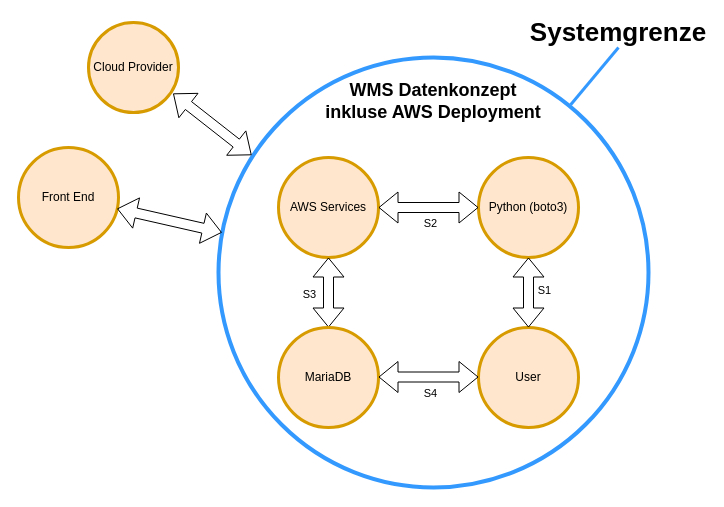
Before: bilder/Systemgrenzen.drawio in blro-ep/ITCNE23-SEM-III, a draw.io diagram. Source tidied: cells renumbered, new cells numbered last; positions are measured from the earlier drawing's top-left corner, leaving out a move shared by most shapes. Both pictures are drawn from the tidied source at 100%, with x=0, y=0 at pixel (18, 17).
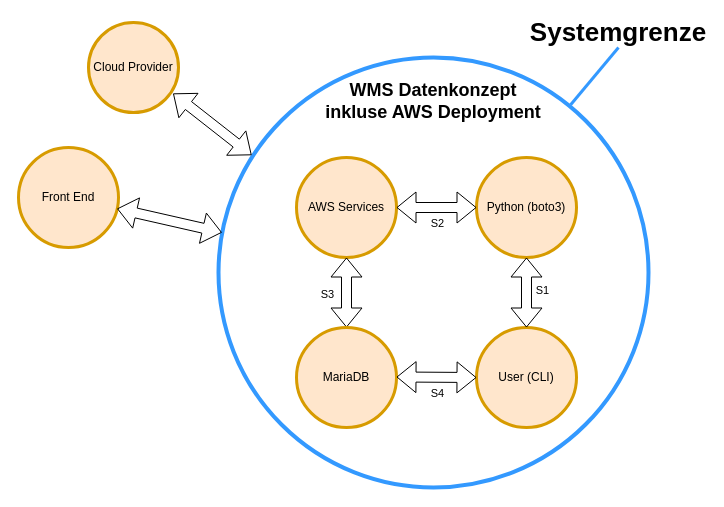
After the change.

Change to the diagram source:
```diff
@@
 <mxGraphModel>
   <root>
     <mxCell id="0" />
     <mxCell id="1" parent="0" />
     <mxCell id="2" value="&lt;h1&gt;&lt;/h1&gt;&lt;h2 style=&quot;font-size: 18px;&quot; class=&quot;splunk2-h3&quot;&gt;&lt;div style=&quot;&quot;&gt;WMS Datenkonzept&lt;br&gt;inkluse AWS Deployment&lt;/div&gt;&lt;/h2&gt;" style="ellipse;whiteSpace=wrap;html=1;strokeWidth=4;strokeColor=#3399FF;align=center;verticalAlign=top;" parent="1" vertex="1">
       <mxGeometry x="200" y="40" width="430" height="430" as="geometry" />
     </mxCell>
     <mxCell id="3" value="Cloud Provider" style="ellipse;whiteSpace=wrap;html=1;fillColor=#ffe6cc;strokeColor=#d79b00;strokeWidth=3;shadow=0;" parent="1" vertex="1">
       <mxGeometry x="70" y="5" width="90" height="90" as="geometry" />
     </mxCell>
     <mxCell id="4" value="Front End" style="ellipse;whiteSpace=wrap;html=1;fillColor=#ffe6cc;strokeColor=#d79b00;strokeWidth=3;" parent="1" vertex="1">
       <mxGeometry y="130" width="100" height="100" as="geometry" />
     </mxCell>
     <mxCell id="5" style="shape=flexArrow;endArrow=classic;startArrow=classic;html=1;rounded=0;entryX=0.94;entryY=0.789;entryDx=0;entryDy=0;entryPerimeter=0;exitX=0.077;exitY=0.227;exitDx=0;exitDy=0;exitPerimeter=0;" parent="1" edge="1" source="2" target="3">
       <mxGeometry relative="1" as="geometry" />
     </mxCell>
     <mxCell id="6" style="shape=flexArrow;endArrow=classic;startArrow=classic;html=1;rounded=0;entryX=0.986;entryY=0.612;entryDx=0;entryDy=0;entryPerimeter=0;exitX=0.008;exitY=0.407;exitDx=0;exitDy=0;exitPerimeter=0;" parent="1" edge="1" source="2" target="4">
       <mxGeometry relative="1" as="geometry" />
     </mxCell>
     <mxCell id="7" value="&lt;font size=&quot;1&quot; style=&quot;&quot;&gt;&lt;b style=&quot;font-size: 26px;&quot;&gt;Systemgrenze&lt;/b&gt;&lt;/font&gt;" style="text;html=1;strokeColor=none;fillColor=none;align=center;verticalAlign=middle;whiteSpace=wrap;rounded=0;" parent="1" vertex="1">
       <mxGeometry x="520" width="160" height="30" as="geometry" />
     </mxCell>
     <mxCell id="8" style="endArrow=none;html=1;rounded=0;entryX=0.5;entryY=1;entryDx=0;entryDy=0;exitX=0.819;exitY=0.11;exitDx=0;exitDy=0;exitPerimeter=0;strokeColor=#3399FF;strokeWidth=3;" parent="1" edge="1" source="2" target="7">
       <mxGeometry relative="1" as="geometry" />
     </mxCell>
     <mxCell id="9" value="&lt;br&gt;" style="edgeLabel;html=1;align=center;verticalAlign=middle;" parent="8" vertex="1">
       <mxGeometry x="-0.23" y="-3" relative="1" as="geometry" />
     </mxCell>
     <mxCell id="10" value="Python (boto3)" style="ellipse;whiteSpace=wrap;html=1;fillColor=#ffe6cc;strokeColor=#d79b00;strokeWidth=3;" parent="1" vertex="1">
-      <mxGeometry x="460" y="140" width="100" height="100" as="geometry" />
+      <mxGeometry x="458" y="140" width="100" height="100" as="geometry" />
     </mxCell>
     <mxCell id="11" value="AWS Services" style="ellipse;whiteSpace=wrap;html=1;fillColor=#ffe6cc;strokeColor=#d79b00;strokeWidth=3;" parent="1" vertex="1">
-      <mxGeometry x="260" y="140" width="100" height="100" as="geometry" />
+      <mxGeometry x="278" y="140" width="100" height="100" as="geometry" />
     </mxCell>
     <mxCell id="12" value="S2" style="shape=flexArrow;endArrow=classic;startArrow=classic;html=1;rounded=0;verticalAlign=middle;" parent="1" edge="1" source="11" target="10">
       <mxGeometry x="0.03" y="-16" relative="1" as="geometry" />
     </mxCell>
-    <mxCell id="13" value="User" style="ellipse;whiteSpace=wrap;html=1;fillColor=#ffe6cc;strokeColor=#d79b00;strokeWidth=3;" parent="1" vertex="1">
-      <mxGeometry x="460" y="310" width="100" height="100" as="geometry" />
+    <mxCell id="13" value="User (CLI)" style="ellipse;whiteSpace=wrap;html=1;fillColor=#ffe6cc;strokeColor=#d79b00;strokeWidth=3;" parent="1" vertex="1">
+      <mxGeometry x="458" y="310" width="100" height="100" as="geometry" />
     </mxCell>
     <mxCell id="14" value="S1" style="shape=flexArrow;endArrow=classic;startArrow=classic;html=1;rounded=0;verticalAlign=middle;entryX=0.5;entryY=1;entryDx=0;entryDy=0;" parent="1" edge="1" source="13" target="10">
       <mxGeometry x="0.06" y="-16" relative="1" as="geometry" />
     </mxCell>
     <mxCell id="15" value="S3" style="shape=flexArrow;endArrow=classic;startArrow=classic;html=1;rounded=0;verticalAlign=middle;" parent="1" edge="1" source="11" target="16">
       <mxGeometry x="0.04" y="-19" relative="1" as="geometry">
         <mxPoint y="1" as="offset" />
       </mxGeometry>
     </mxCell>
     <mxCell id="16" value="MariaDB" style="ellipse;whiteSpace=wrap;html=1;fillColor=#ffe6cc;strokeColor=#d79b00;strokeWidth=3;" parent="1" vertex="1">
-      <mxGeometry x="260" y="310" width="100" height="100" as="geometry" />
+      <mxGeometry x="278" y="310" width="100" height="100" as="geometry" />
     </mxCell>
     <mxCell id="17" value="S4" style="shape=flexArrow;endArrow=classic;startArrow=classic;html=1;rounded=0;verticalAlign=middle;" parent="1" edge="1">
       <mxGeometry x="0.03" y="-16" relative="1" as="geometry">
-        <mxPoint x="360" y="359.5" as="sourcePoint" />
-        <mxPoint x="460" y="359.5" as="targetPoint" />
+        <mxPoint x="378" y="359.5" as="sourcePoint" />
+        <mxPoint x="458" y="360" as="targetPoint" />
       </mxGeometry>
     </mxCell>
   </root>
 </mxGraphModel>
```
